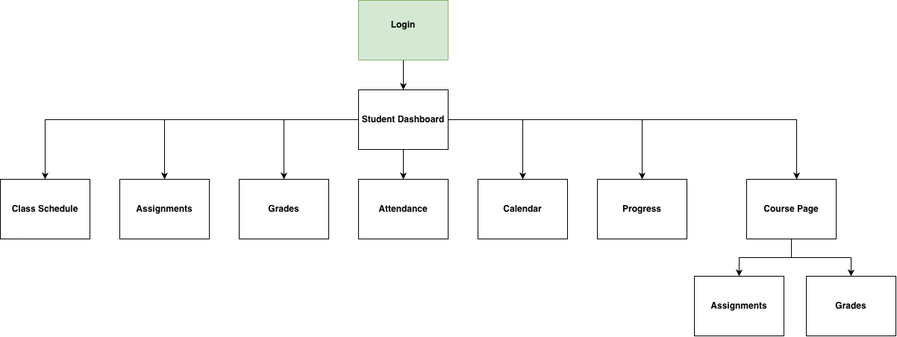
Before: docs/erd/SchoolPortalScreenFlow.drawio.png, a diagram exported from draw.io (mqureshi4419/school-academic-portal). Source tidied: cells renumbered, new cells last; positions are measured from the earlier drawing's top-left corner, leaving out a move shared by most shapes. Source of this version:
```xml
<mxGraphModel>
  <root>
    <mxCell id="0" />
    <mxCell id="1" parent="0" />
    <mxCell id="2" style="edgeStyle=orthogonalEdgeStyle;rounded=0;jettySize=auto;html=1;" parent="1" edge="1" source="3" target="10">
      <mxGeometry relative="1" as="geometry" />
    </mxCell>
    <mxCell id="3" value="&lt;b&gt;Login&lt;/b&gt;&lt;div&gt;&lt;br&gt;&lt;/div&gt;" style="rounded=0;whiteSpace=wrap;html=1;fillColor=#d5e8d4;strokeColor=#82b366;" parent="1" vertex="1">
      <mxGeometry x="480" width="120" height="80" as="geometry" />
    </mxCell>
    <mxCell id="4" style="edgeStyle=orthogonalEdgeStyle;rounded=0;jettySize=auto;html=1;exitX=0;exitY=0.5;exitDx=0;exitDy=0;entryX=0.5;entryY=0;entryDx=0;entryDy=0;" parent="1" edge="1" source="10" target="11">
      <mxGeometry relative="1" as="geometry" />
    </mxCell>
    <mxCell id="5" style="edgeStyle=orthogonalEdgeStyle;rounded=0;jettySize=auto;html=1;entryX=0.5;entryY=0;entryDx=0;entryDy=0;" parent="1" edge="1" source="10" target="12">
      <mxGeometry relative="1" as="geometry" />
    </mxCell>
    <mxCell id="6" style="edgeStyle=orthogonalEdgeStyle;rounded=0;jettySize=auto;html=1;entryX=0.5;entryY=0;entryDx=0;entryDy=0;" parent="1" edge="1" source="10" target="13">
      <mxGeometry relative="1" as="geometry" />
    </mxCell>
    <mxCell id="7" style="edgeStyle=orthogonalEdgeStyle;rounded=0;jettySize=auto;html=1;entryX=0.5;entryY=0;entryDx=0;entryDy=0;" parent="1" edge="1" source="10" target="14">
      <mxGeometry relative="1" as="geometry" />
    </mxCell>
    <mxCell id="8" style="edgeStyle=orthogonalEdgeStyle;rounded=0;jettySize=auto;html=1;entryX=0.5;entryY=0;entryDx=0;entryDy=0;" parent="1" edge="1" source="10" target="15">
      <mxGeometry relative="1" as="geometry" />
    </mxCell>
    <mxCell id="9" style="edgeStyle=orthogonalEdgeStyle;rounded=0;jettySize=auto;html=1;entryX=0.5;entryY=0;entryDx=0;entryDy=0;" parent="1" edge="1" source="10" target="16">
      <mxGeometry relative="1" as="geometry" />
    </mxCell>
    <mxCell id="10" value="&lt;div&gt;&lt;b&gt;Student Dashboard&lt;/b&gt;&lt;/div&gt;" style="rounded=0;whiteSpace=wrap;html=1;" parent="1" vertex="1">
      <mxGeometry x="480" y="120" width="120" height="80" as="geometry" />
    </mxCell>
    <mxCell id="11" value="&lt;div&gt;&lt;b&gt;Class Schedule&lt;/b&gt;&lt;/div&gt;" style="rounded=0;whiteSpace=wrap;html=1;" parent="1" vertex="1">
      <mxGeometry y="240" width="120" height="80" as="geometry" />
    </mxCell>
    <mxCell id="12" value="&lt;div&gt;&lt;b&gt;Assignments&lt;/b&gt;&lt;/div&gt;" style="rounded=0;whiteSpace=wrap;html=1;" parent="1" vertex="1">
      <mxGeometry x="160" y="240" width="120" height="80" as="geometry" />
    </mxCell>
    <mxCell id="13" value="&lt;b&gt;Grades&lt;/b&gt;" style="rounded=0;whiteSpace=wrap;html=1;" parent="1" vertex="1">
      <mxGeometry x="320" y="240" width="120" height="80" as="geometry" />
    </mxCell>
    <mxCell id="14" value="&lt;div&gt;&lt;b&gt;Attendance&lt;/b&gt;&lt;/div&gt;" style="rounded=0;whiteSpace=wrap;html=1;" parent="1" vertex="1">
      <mxGeometry x="480" y="240" width="120" height="80" as="geometry" />
    </mxCell>
    <mxCell id="15" value="&lt;div&gt;&lt;b&gt;Calendar&lt;/b&gt;&lt;/div&gt;" style="rounded=0;whiteSpace=wrap;html=1;" parent="1" vertex="1">
      <mxGeometry x="640" y="240" width="120" height="80" as="geometry" />
    </mxCell>
    <mxCell id="16" value="&lt;div&gt;&lt;b&gt;Progress&lt;/b&gt;&lt;/div&gt;" style="rounded=0;whiteSpace=wrap;html=1;" parent="1" vertex="1">
      <mxGeometry x="800" y="240" width="120" height="80" as="geometry" />
    </mxCell>
    <mxCell id="17" style="edgeStyle=orthogonalEdgeStyle;rounded=0;jettySize=auto;html=1;entryX=0.5;entryY=0;entryDx=0;entryDy=0;" parent="1" edge="1" source="19" target="21">
      <mxGeometry relative="1" as="geometry" />
    </mxCell>
    <mxCell id="18" style="edgeStyle=orthogonalEdgeStyle;rounded=0;jettySize=auto;html=1;entryX=0.5;entryY=0;entryDx=0;entryDy=0;" parent="1" edge="1" source="19" target="22">
      <mxGeometry relative="1" as="geometry" />
    </mxCell>
    <mxCell id="19" value="&lt;div&gt;&lt;b&gt;Course Page&lt;/b&gt;&lt;/div&gt;" style="rounded=0;whiteSpace=wrap;html=1;" parent="1" vertex="1">
      <mxGeometry x="1000" y="240" width="120" height="80" as="geometry" />
    </mxCell>
    <mxCell id="20" style="edgeStyle=orthogonalEdgeStyle;rounded=0;jettySize=auto;html=1;entryX=0.558;entryY=0;entryDx=0;entryDy=0;entryPerimeter=0;" parent="1" edge="1" source="10" target="19">
      <mxGeometry relative="1" as="geometry" />
    </mxCell>
    <mxCell id="21" value="&lt;div&gt;&lt;b&gt;Assignments&lt;/b&gt;&lt;/div&gt;" style="rounded=0;whiteSpace=wrap;html=1;" parent="1" vertex="1">
      <mxGeometry x="930" y="370" width="120" height="80" as="geometry" />
    </mxCell>
    <mxCell id="22" value="&lt;b&gt;Grades&lt;/b&gt;" style="rounded=0;whiteSpace=wrap;html=1;" parent="1" vertex="1">
      <mxGeometry x="1080" y="370" width="120" height="80" as="geometry" />
    </mxCell>
  </root>
</mxGraphModel>
```
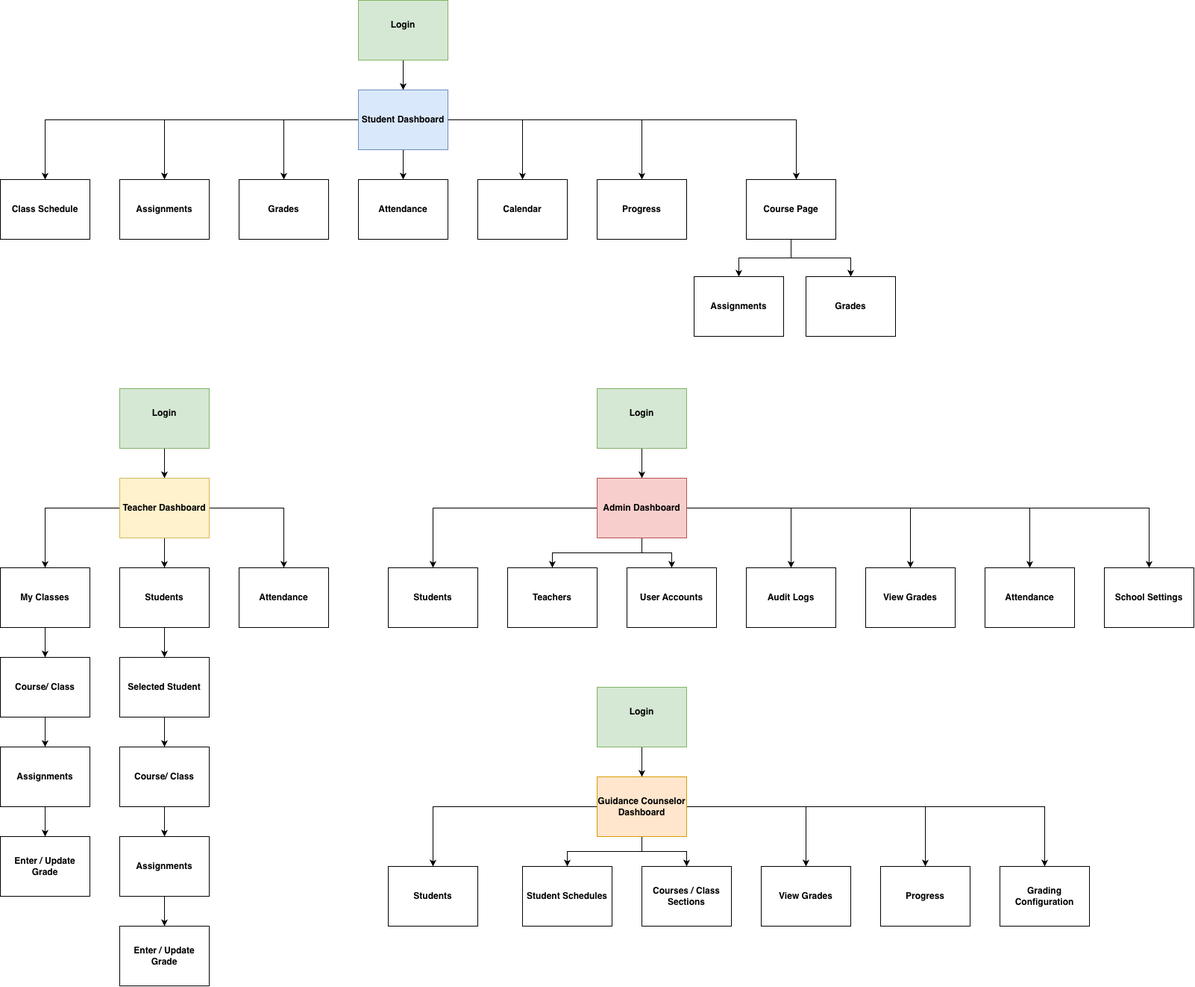
After the change.

Commit message:
docs: add role-based screen flows

Change to the diagram source:
```diff
@@ -26,7 +26,7 @@
     <mxCell id="9" style="edgeStyle=orthogonalEdgeStyle;rounded=0;jettySize=auto;html=1;entryX=0.5;entryY=0;entryDx=0;entryDy=0;" parent="1" edge="1" source="10" target="16">
       <mxGeometry relative="1" as="geometry" />
     </mxCell>
-    <mxCell id="10" value="&lt;div&gt;&lt;b&gt;Student Dashboard&lt;/b&gt;&lt;/div&gt;" style="rounded=0;whiteSpace=wrap;html=1;" parent="1" vertex="1">
+    <mxCell id="10" value="&lt;div&gt;&lt;b&gt;Student Dashboard&lt;/b&gt;&lt;/div&gt;" style="rounded=0;whiteSpace=wrap;html=1;fillColor=#dae8fc;strokeColor=#6c8ebf;" parent="1" vertex="1">
       <mxGeometry x="480" y="120" width="120" height="80" as="geometry" />
     </mxCell>
     <mxCell id="11" value="&lt;div&gt;&lt;b&gt;Class Schedule&lt;/b&gt;&lt;/div&gt;" style="rounded=0;whiteSpace=wrap;html=1;" parent="1" vertex="1">
@@ -65,5 +65,170 @@
     <mxCell id="22" value="&lt;b&gt;Grades&lt;/b&gt;" style="rounded=0;whiteSpace=wrap;html=1;" parent="1" vertex="1">
       <mxGeometry x="1080" y="370" width="120" height="80" as="geometry" />
     </mxCell>
+    <mxCell id="23" style="edgeStyle=orthogonalEdgeStyle;rounded=0;jettySize=auto;html=1;entryX=0.5;entryY=0;entryDx=0;entryDy=0;" parent="1" edge="1" source="24" target="28">
+      <mxGeometry relative="1" as="geometry" />
+    </mxCell>
+    <mxCell id="24" value="&lt;b&gt;Login&lt;/b&gt;&lt;div&gt;&lt;br&gt;&lt;/div&gt;" style="rounded=0;whiteSpace=wrap;html=1;fillColor=#d5e8d4;strokeColor=#82b366;" parent="1" vertex="1">
+      <mxGeometry x="160" y="520" width="120" height="80" as="geometry" />
+    </mxCell>
+    <mxCell id="25" style="edgeStyle=orthogonalEdgeStyle;rounded=0;jettySize=auto;html=1;entryX=0.5;entryY=0;entryDx=0;entryDy=0;" parent="1" edge="1" source="28" target="30">
+      <mxGeometry relative="1" as="geometry" />
+    </mxCell>
+    <mxCell id="26" style="edgeStyle=orthogonalEdgeStyle;rounded=0;jettySize=auto;html=1;" parent="1" edge="1" source="28" target="32">
+      <mxGeometry relative="1" as="geometry" />
+    </mxCell>
+    <mxCell id="27" style="edgeStyle=orthogonalEdgeStyle;rounded=0;jettySize=auto;html=1;entryX=0.5;entryY=0;entryDx=0;entryDy=0;" parent="1" edge="1" source="28" target="33">
+      <mxGeometry relative="1" as="geometry" />
+    </mxCell>
+    <mxCell id="28" value="&lt;div&gt;&lt;b&gt;Teacher Dashboard&lt;/b&gt;&lt;/div&gt;" style="rounded=0;whiteSpace=wrap;html=1;fillColor=#fff2cc;strokeColor=#d6b656;" parent="1" vertex="1">
+      <mxGeometry x="160" y="640" width="120" height="80" as="geometry" />
+    </mxCell>
+    <mxCell id="29" style="edgeStyle=orthogonalEdgeStyle;rounded=0;jettySize=auto;html=1;" parent="1" edge="1" source="30" target="42">
+      <mxGeometry relative="1" as="geometry" />
+    </mxCell>
+    <mxCell id="30" value="&lt;div&gt;&lt;b&gt;My Classes&lt;/b&gt;&lt;/div&gt;" style="rounded=0;whiteSpace=wrap;html=1;" parent="1" vertex="1">
+      <mxGeometry y="760" width="120" height="80" as="geometry" />
+    </mxCell>
+    <mxCell id="31" style="edgeStyle=orthogonalEdgeStyle;rounded=0;jettySize=auto;html=1;" parent="1" edge="1" source="32" target="35">
+      <mxGeometry relative="1" as="geometry" />
+    </mxCell>
+    <mxCell id="32" value="&lt;div&gt;&lt;b&gt;Students&lt;/b&gt;&lt;/div&gt;" style="rounded=0;whiteSpace=wrap;html=1;" parent="1" vertex="1">
+      <mxGeometry x="160" y="760" width="120" height="80" as="geometry" />
+    </mxCell>
+    <mxCell id="33" value="&lt;div&gt;&lt;b&gt;Attendance&lt;/b&gt;&lt;/div&gt;" style="rounded=0;whiteSpace=wrap;html=1;" parent="1" vertex="1">
+      <mxGeometry x="320" y="760" width="120" height="80" as="geometry" />
+    </mxCell>
+    <mxCell id="34" style="edgeStyle=orthogonalEdgeStyle;rounded=0;jettySize=auto;html=1;" parent="1" edge="1" source="35" target="37">
+      <mxGeometry relative="1" as="geometry" />
+    </mxCell>
+    <mxCell id="35" value="&lt;div&gt;&lt;b&gt;Selected Student&lt;/b&gt;&lt;/div&gt;" style="rounded=0;whiteSpace=wrap;html=1;" parent="1" vertex="1">
+      <mxGeometry x="160" y="880" width="120" height="80" as="geometry" />
+    </mxCell>
+    <mxCell id="36" style="edgeStyle=orthogonalEdgeStyle;rounded=0;jettySize=auto;html=1;" parent="1" edge="1" source="37" target="39">
+      <mxGeometry relative="1" as="geometry" />
+    </mxCell>
+    <mxCell id="37" value="&lt;div&gt;&lt;b&gt;Course/ Class&lt;/b&gt;&lt;/div&gt;" style="rounded=0;whiteSpace=wrap;html=1;" parent="1" vertex="1">
+      <mxGeometry x="160" y="1000" width="120" height="80" as="geometry" />
+    </mxCell>
+    <mxCell id="38" style="edgeStyle=orthogonalEdgeStyle;rounded=0;jettySize=auto;html=1;" parent="1" edge="1" source="39" target="40">
+      <mxGeometry relative="1" as="geometry" />
+    </mxCell>
+    <mxCell id="39" value="&lt;div&gt;&lt;b&gt;Assignments&lt;/b&gt;&lt;/div&gt;" style="rounded=0;whiteSpace=wrap;html=1;" parent="1" vertex="1">
+      <mxGeometry x="160" y="1120" width="120" height="80" as="geometry" />
+    </mxCell>
+    <mxCell id="40" value="&lt;div&gt;&lt;b&gt;Enter / Update Grade&lt;/b&gt;&lt;/div&gt;" style="rounded=0;whiteSpace=wrap;html=1;" parent="1" vertex="1">
+      <mxGeometry x="160" y="1240" width="120" height="80" as="geometry" />
+    </mxCell>
+    <mxCell id="41" style="edgeStyle=orthogonalEdgeStyle;rounded=0;jettySize=auto;html=1;" parent="1" edge="1" source="42" target="44">
+      <mxGeometry relative="1" as="geometry" />
+    </mxCell>
+    <mxCell id="42" value="&lt;div&gt;&lt;b&gt;Course/ Class&lt;/b&gt;&lt;/div&gt;" style="rounded=0;whiteSpace=wrap;html=1;" parent="1" vertex="1">
+      <mxGeometry y="880" width="120" height="80" as="geometry" />
+    </mxCell>
+    <mxCell id="43" style="edgeStyle=orthogonalEdgeStyle;rounded=0;jettySize=auto;html=1;" parent="1" edge="1" source="44" target="45">
+      <mxGeometry relative="1" as="geometry" />
+    </mxCell>
+    <mxCell id="44" value="&lt;div&gt;&lt;b&gt;Assignments&lt;/b&gt;&lt;/div&gt;" style="rounded=0;whiteSpace=wrap;html=1;" parent="1" vertex="1">
+      <mxGeometry y="1000" width="120" height="80" as="geometry" />
+    </mxCell>
+    <mxCell id="45" value="&lt;div&gt;&lt;b&gt;Enter / Update Grade&lt;/b&gt;&lt;/div&gt;" style="rounded=0;whiteSpace=wrap;html=1;" parent="1" vertex="1">
+      <mxGeometry y="1120" width="120" height="80" as="geometry" />
+    </mxCell>
+    <mxCell id="46" style="edgeStyle=orthogonalEdgeStyle;rounded=0;jettySize=auto;html=1;entryX=0.5;entryY=0;entryDx=0;entryDy=0;" parent="1" edge="1" source="47" target="55">
+      <mxGeometry relative="1" as="geometry" />
+    </mxCell>
+    <mxCell id="47" value="&lt;b&gt;Login&lt;/b&gt;&lt;div&gt;&lt;br&gt;&lt;/div&gt;" style="rounded=0;whiteSpace=wrap;html=1;fillColor=#d5e8d4;strokeColor=#82b366;" parent="1" vertex="1">
+      <mxGeometry x="800" y="520" width="120" height="80" as="geometry" />
+    </mxCell>
+    <mxCell id="48" style="edgeStyle=orthogonalEdgeStyle;rounded=0;jettySize=auto;html=1;entryX=0.5;entryY=0;entryDx=0;entryDy=0;" parent="1" edge="1" source="55" target="56">
+      <mxGeometry relative="1" as="geometry" />
+    </mxCell>
+    <mxCell id="49" style="edgeStyle=orthogonalEdgeStyle;rounded=0;jettySize=auto;html=1;" parent="1" edge="1" source="55" target="57">
+      <mxGeometry relative="1" as="geometry" />
+    </mxCell>
+    <mxCell id="50" style="edgeStyle=orthogonalEdgeStyle;rounded=0;jettySize=auto;html=1;entryX=0.5;entryY=0;entryDx=0;entryDy=0;" parent="1" edge="1" source="55" target="58">
+      <mxGeometry relative="1" as="geometry" />
+    </mxCell>
+    <mxCell id="51" style="edgeStyle=orthogonalEdgeStyle;rounded=0;jettySize=auto;html=1;entryX=0.5;entryY=0;entryDx=0;entryDy=0;" parent="1" edge="1" source="55" target="59">
+      <mxGeometry relative="1" as="geometry" />
+    </mxCell>
+    <mxCell id="52" style="edgeStyle=orthogonalEdgeStyle;rounded=0;jettySize=auto;html=1;entryX=0.5;entryY=0;entryDx=0;entryDy=0;" parent="1" edge="1" source="55" target="60">
+      <mxGeometry relative="1" as="geometry" />
+    </mxCell>
+    <mxCell id="53" style="edgeStyle=orthogonalEdgeStyle;rounded=0;jettySize=auto;html=1;entryX=0.5;entryY=0;entryDx=0;entryDy=0;" parent="1" edge="1" source="55" target="61">
+      <mxGeometry relative="1" as="geometry" />
+    </mxCell>
+    <mxCell id="54" style="edgeStyle=orthogonalEdgeStyle;rounded=0;jettySize=auto;html=1;entryX=0.5;entryY=0;entryDx=0;entryDy=0;" parent="1" edge="1" source="55" target="62">
+      <mxGeometry relative="1" as="geometry" />
+    </mxCell>
+    <mxCell id="55" value="&lt;div&gt;&lt;b&gt;Admin Dashboard&lt;/b&gt;&lt;/div&gt;" style="rounded=0;whiteSpace=wrap;html=1;fillColor=#f8cecc;strokeColor=#b85450;" parent="1" vertex="1">
+      <mxGeometry x="800" y="640" width="120" height="80" as="geometry" />
+    </mxCell>
+    <mxCell id="56" value="&lt;div&gt;&lt;b&gt;Students&lt;/b&gt;&lt;/div&gt;" style="rounded=0;whiteSpace=wrap;html=1;" parent="1" vertex="1">
+      <mxGeometry x="520" y="760" width="120" height="80" as="geometry" />
+    </mxCell>
+    <mxCell id="57" value="&lt;div&gt;&lt;b&gt;Teachers&lt;/b&gt;&lt;/div&gt;" style="rounded=0;whiteSpace=wrap;html=1;" parent="1" vertex="1">
+      <mxGeometry x="680" y="760" width="120" height="80" as="geometry" />
+    </mxCell>
+    <mxCell id="58" value="&lt;div&gt;&lt;b&gt;User Accounts&lt;/b&gt;&lt;/div&gt;" style="rounded=0;whiteSpace=wrap;html=1;" parent="1" vertex="1">
+      <mxGeometry x="840" y="760" width="120" height="80" as="geometry" />
+    </mxCell>
+    <mxCell id="59" value="&lt;div&gt;&lt;b&gt;Audit Logs&lt;/b&gt;&lt;/div&gt;" style="rounded=0;whiteSpace=wrap;html=1;" parent="1" vertex="1">
+      <mxGeometry x="1000" y="760" width="120" height="80" as="geometry" />
+    </mxCell>
+    <mxCell id="60" value="&lt;div&gt;&lt;b&gt;View Grades&lt;/b&gt;&lt;/div&gt;" style="rounded=0;whiteSpace=wrap;html=1;" parent="1" vertex="1">
+      <mxGeometry x="1160" y="760" width="120" height="80" as="geometry" />
+    </mxCell>
+    <mxCell id="61" value="&lt;div&gt;&lt;b&gt;Attendance&lt;/b&gt;&lt;/div&gt;" style="rounded=0;whiteSpace=wrap;html=1;" parent="1" vertex="1">
+      <mxGeometry x="1320" y="760" width="120" height="80" as="geometry" />
+    </mxCell>
+    <mxCell id="62" value="&lt;div&gt;&lt;b&gt;School Settings&lt;/b&gt;&lt;/div&gt;" style="rounded=0;whiteSpace=wrap;html=1;" parent="1" vertex="1">
+      <mxGeometry x="1480" y="760" width="120" height="80" as="geometry" />
+    </mxCell>
+    <mxCell id="63" style="edgeStyle=orthogonalEdgeStyle;rounded=0;jettySize=auto;html=1;entryX=0.5;entryY=0;entryDx=0;entryDy=0;" parent="1" edge="1" source="64" target="71">
+      <mxGeometry relative="1" as="geometry" />
+    </mxCell>
+    <mxCell id="64" value="&lt;b&gt;Login&lt;/b&gt;&lt;div&gt;&lt;br&gt;&lt;/div&gt;" style="rounded=0;whiteSpace=wrap;html=1;fillColor=#d5e8d4;strokeColor=#82b366;" parent="1" vertex="1">
+      <mxGeometry x="800" y="920" width="120" height="80" as="geometry" />
+    </mxCell>
+    <mxCell id="65" style="edgeStyle=orthogonalEdgeStyle;rounded=0;jettySize=auto;html=1;entryX=0.5;entryY=0;entryDx=0;entryDy=0;" parent="1" edge="1" source="71" target="72">
+      <mxGeometry relative="1" as="geometry" />
+    </mxCell>
+    <mxCell id="66" style="edgeStyle=orthogonalEdgeStyle;rounded=0;jettySize=auto;html=1;" parent="1" edge="1" source="71" target="73">
+      <mxGeometry relative="1" as="geometry" />
+    </mxCell>
+    <mxCell id="67" style="edgeStyle=orthogonalEdgeStyle;rounded=0;jettySize=auto;html=1;entryX=0.5;entryY=0;entryDx=0;entryDy=0;" parent="1" edge="1" source="71" target="74">
+      <mxGeometry relative="1" as="geometry" />
+    </mxCell>
+    <mxCell id="68" style="edgeStyle=orthogonalEdgeStyle;rounded=0;jettySize=auto;html=1;entryX=0.5;entryY=0;entryDx=0;entryDy=0;" parent="1" edge="1" source="71" target="75">
+      <mxGeometry relative="1" as="geometry" />
+    </mxCell>
+    <mxCell id="69" style="edgeStyle=orthogonalEdgeStyle;rounded=0;jettySize=auto;html=1;entryX=0.5;entryY=0;entryDx=0;entryDy=0;" parent="1" edge="1" source="71" target="76">
+      <mxGeometry relative="1" as="geometry" />
+    </mxCell>
+    <mxCell id="70" style="edgeStyle=orthogonalEdgeStyle;rounded=0;jettySize=auto;html=1;entryX=0.5;entryY=0;entryDx=0;entryDy=0;" parent="1" edge="1" source="71" target="77">
+      <mxGeometry relative="1" as="geometry" />
+    </mxCell>
+    <mxCell id="71" value="&lt;div&gt;&lt;b&gt;Guidance Counselor Dashboard&lt;/b&gt;&lt;/div&gt;" style="rounded=0;whiteSpace=wrap;html=1;fillColor=#ffe6cc;strokeColor=#d79b00;" parent="1" vertex="1">
+      <mxGeometry x="800" y="1040" width="120" height="80" as="geometry" />
+    </mxCell>
+    <mxCell id="72" value="&lt;div&gt;&lt;b&gt;Students&lt;/b&gt;&lt;/div&gt;" style="rounded=0;whiteSpace=wrap;html=1;" parent="1" vertex="1">
+      <mxGeometry x="520" y="1160" width="120" height="80" as="geometry" />
+    </mxCell>
+    <mxCell id="73" value="&lt;b&gt;Student Schedules&lt;/b&gt;" style="rounded=0;whiteSpace=wrap;html=1;" parent="1" vertex="1">
+      <mxGeometry x="700" y="1160" width="120" height="80" as="geometry" />
+    </mxCell>
+    <mxCell id="74" value="&lt;div&gt;&lt;b&gt;Courses / Class Sections&lt;/b&gt;&lt;/div&gt;" style="rounded=0;whiteSpace=wrap;html=1;" parent="1" vertex="1">
+      <mxGeometry x="860" y="1160" width="120" height="80" as="geometry" />
+    </mxCell>
+    <mxCell id="75" value="&lt;div&gt;&lt;b&gt;View Grades&lt;/b&gt;&lt;/div&gt;" style="rounded=0;whiteSpace=wrap;html=1;" parent="1" vertex="1">
+      <mxGeometry x="1020" y="1160" width="120" height="80" as="geometry" />
+    </mxCell>
+    <mxCell id="76" value="&lt;div&gt;&lt;b&gt;Progress&lt;/b&gt;&lt;/div&gt;" style="rounded=0;whiteSpace=wrap;html=1;" parent="1" vertex="1">
+      <mxGeometry x="1180" y="1160" width="120" height="80" as="geometry" />
+    </mxCell>
+    <mxCell id="77" value="&lt;b&gt;Grading Configuration&lt;/b&gt;" style="rounded=0;whiteSpace=wrap;html=1;" parent="1" vertex="1">
+      <mxGeometry x="1340" y="1160" width="120" height="80" as="geometry" />
+    </mxCell>
   </root>
 </mxGraphModel>
```
